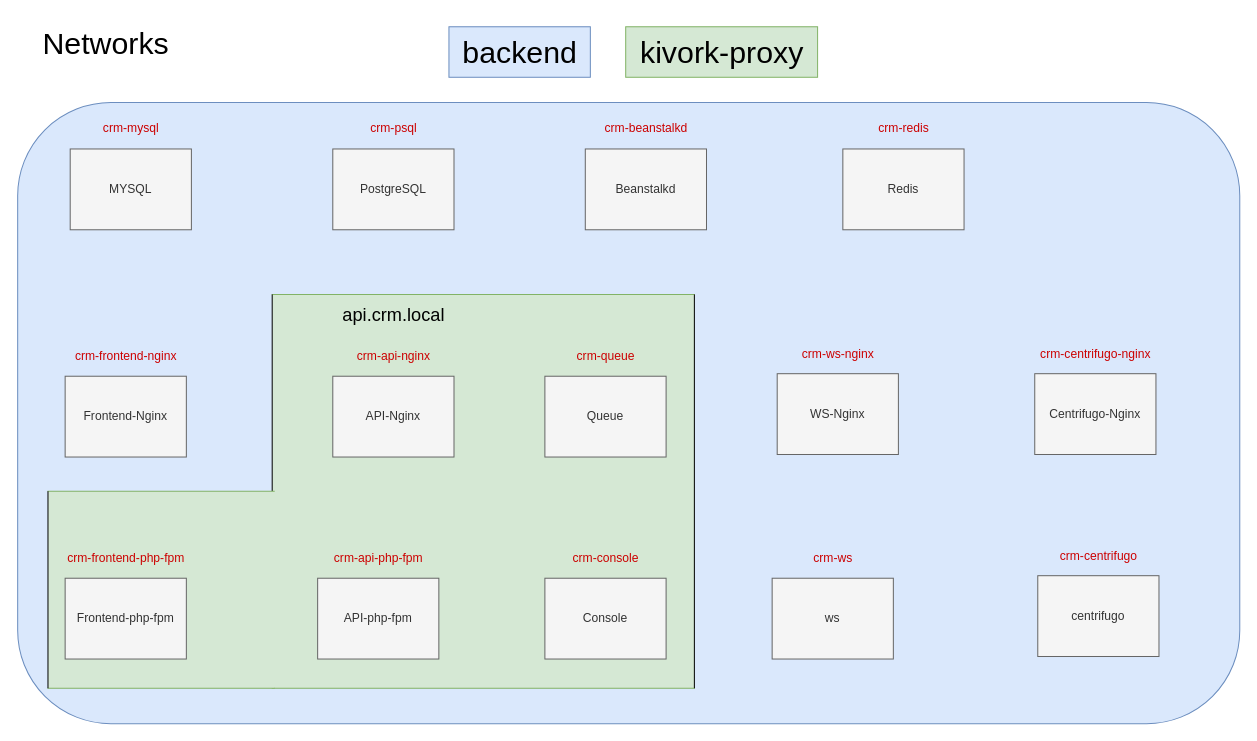
This is .docker/docs/crm-networks.drawio from sharifov/test, a draw.io file, before an edit. Source tidied: cells renumbered, new cells numbered last; positions are measured from the earlier drawing's top-left corner, leaving out a move shared by most shapes. Both pictures are drawn from the tidied source at 101%, with x=0, y=0 at pixel (17, 17).
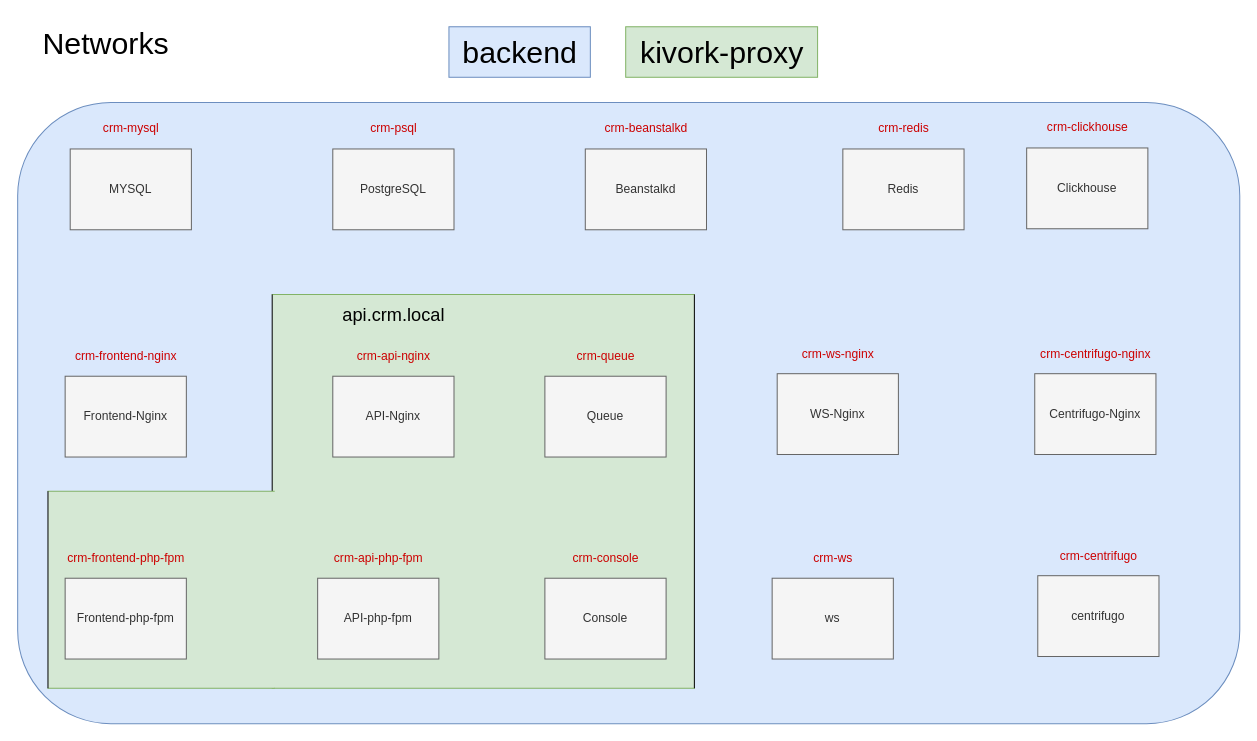
Above is the later version.

The edit, as a diff of the source:
```diff
@@
+    <mxCell id="40" value="Clickhouse" style="rounded=0;whiteSpace=wrap;html=1;fillColor=#f5f5f5;fontColor=#333333;strokeColor=#666666;" parent="1" vertex="1">
+      <mxGeometry x="999" y="129" width="120" height="80" as="geometry" />
+    </mxCell>
+    <mxCell id="41" value="crm-clickhouse" style="text;html=1;align=center;verticalAlign=middle;strokeColor=none;fillColor=none;fontColor=#CC0000;" parent="1" vertex="1">
+      <mxGeometry x="1009" y="94" width="100" height="30" as="geometry" />
+    </mxCell>
```
